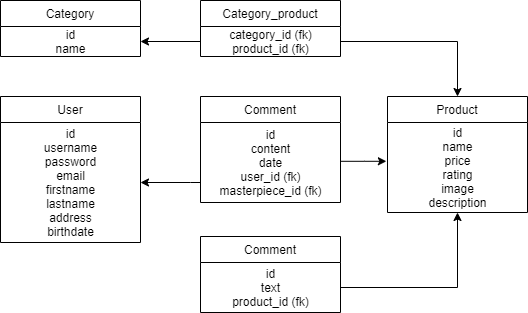
Earlier version of the draw.io export DB/MLD.png (Ynovbanj0/UFWeb2020). Source tidied: cells renumbered, new cells last; positions are measured from the earlier drawing's top-left corner, leaving out a move shared by most shapes.
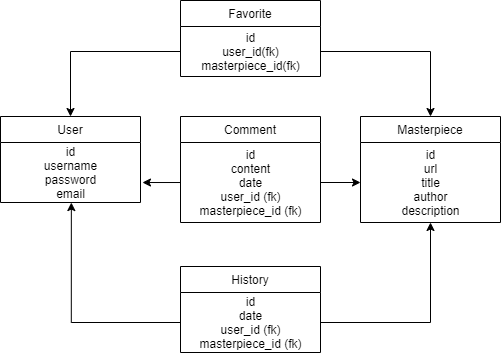
The same diagram one commit later.

Commit message:
changement mld

What changed in the source:
```diff
@@ -1,66 +1,54 @@
 <mxGraphModel>
   <root>
-    <mxCell id="0" />
-    <mxCell id="1" parent="0" />
-    <mxCell id="2" style="edgeStyle=orthogonalEdgeStyle;rounded=0;jettySize=auto;html=1;entryX=-0.008;entryY=0.431;entryDx=0;entryDy=0;entryPerimeter=0;" parent="1" edge="1" source="8" target="10">
-      <mxGeometry relative="1" as="geometry">
-        <Array as="points">
-          <mxPoint x="364" y="161" />
-        </Array>
-      </mxGeometry>
-    </mxCell>
-    <mxCell id="3" style="edgeStyle=orthogonalEdgeStyle;rounded=0;jettySize=auto;html=1;entryX=0.5;entryY=1;entryDx=0;entryDy=0;entryPerimeter=0;" parent="1" edge="1" source="12" target="10">
-      <mxGeometry relative="1" as="geometry" />
-    </mxCell>
-    <mxCell id="4" style="edgeStyle=orthogonalEdgeStyle;rounded=0;jettySize=auto;html=1;" parent="1" edge="1" source="18" target="16">
-      <mxGeometry relative="1" as="geometry" />
-    </mxCell>
-    <mxCell id="5" style="edgeStyle=orthogonalEdgeStyle;rounded=0;jettySize=auto;html=1;entryX=0.5;entryY=0;entryDx=0;entryDy=0;" parent="1" edge="1" source="18" target="9">
-      <mxGeometry relative="1" as="geometry" />
-    </mxCell>
-    <mxCell id="6" style="edgeStyle=orthogonalEdgeStyle;rounded=0;jettySize=auto;html=1;" parent="1" edge="1" source="8" target="14">
-      <mxGeometry relative="1" as="geometry">
-        <Array as="points">
-          <mxPoint x="190" y="182" />
-          <mxPoint x="190" y="182" />
-        </Array>
-      </mxGeometry>
-    </mxCell>
-    <mxCell id="7" value="Comment" style="swimlane;fontStyle=0;horizontal=1;startSize=26;fillColor=none;" parent="1" vertex="1">
-      <mxGeometry x="200" y="96" width="140" height="106" as="geometry" />
-    </mxCell>
+    <mxCell id="19" />
+    <mxCell id="20" parent="19" />
+    <mxCell id="21" style="edgeStyle=orthogonalEdgeStyle;rounded=0;jettySize=auto;html=1;entryX=0.5;entryY=0;entryDx=0;entryDy=0;" parent="20" edge="1" source="26" target="13">
+      <mxGeometry relative="1" as="geometry" />
+    </mxCell>
+    <mxCell id="22" style="edgeStyle=orthogonalEdgeStyle;rounded=0;jettySize=auto;html=1;entryX=0.5;entryY=0;entryDx=0;entryDy=0;" parent="20" edge="1" source="26" target="33">
+      <mxGeometry relative="1" as="geometry" />
+    </mxCell>
+    <mxCell id="23" value="Comment" style="swimlane;fontStyle=0;horizontal=1;startSize=26;fillColor=none;" parent="20" vertex="1">
+      <mxGeometry x="180" y="96" width="140" height="106" as="geometry" />
+    </mxCell>
-    <mxCell id="8" value="id&lt;br&gt;content&lt;br&gt;date&lt;br&gt;user_id (fk)&lt;br&gt;masterpiece_id (fk)" style="text;html=1;align=center;verticalAlign=middle;points=[];" parent="7" vertex="1">
+    <mxCell id="8" value="id&lt;br&gt;content&lt;br&gt;date&lt;br&gt;user_id (fk)&lt;br&gt;masterpiece_id (fk)" style="text;html=1;align=center;verticalAlign=middle;points=[];" parent="23" vertex="1">
       <mxGeometry y="26" width="140" height="80" as="geometry" />
     </mxCell>
-    <mxCell id="9" value="Product" style="swimlane;fontStyle=0;horizontal=1;startSize=26;fillColor=none;" parent="1" vertex="1">
-      <mxGeometry x="387" y="96" width="140" height="116" as="geometry" />
-    </mxCell>
-    <mxCell id="10" value="id&lt;br&gt;name&lt;br&gt;price&lt;br&gt;rating&lt;br&gt;image&lt;br&gt;description" style="text;html=1;align=center;verticalAlign=middle;points=[];" parent="9" vertex="1">
-      <mxGeometry y="26" width="140" height="90" as="geometry" />
-    </mxCell>
-    <mxCell id="11" value="Comment" style="swimlane;fontStyle=0;horizontal=1;startSize=26;fillColor=none;" parent="1" vertex="1">
-      <mxGeometry x="200" y="236" width="140" height="76" as="geometry" />
-    </mxCell>
-    <mxCell id="12" value="id&lt;br&gt;text&lt;br&gt;product_id (fk)" style="text;html=1;align=center;verticalAlign=middle;points=[];" parent="11" vertex="1">
-      <mxGeometry y="26" width="140" height="50" as="geometry" />
-    </mxCell>
+    <mxCell id="24" style="edgeStyle=orthogonalEdgeStyle;rounded=0;jettySize=auto;html=1;entryX=1.014;entryY=0.667;entryDx=0;entryDy=0;entryPerimeter=0;" parent="20" edge="1" source="8" target="32">
+      <mxGeometry relative="1" as="geometry" />
+    </mxCell>
+    <mxCell id="25" value="Favorite" style="swimlane;fontStyle=0;horizontal=1;startSize=26;fillColor=none;" parent="20" vertex="1">
+      <mxGeometry x="180" y="-20" width="140" height="76" as="geometry" />
+    </mxCell>
+    <mxCell id="26" value="id&lt;br&gt;user_id(fk)&lt;br&gt;masterpiece_id(fk)" style="text;html=1;align=center;verticalAlign=middle;points=[];" parent="25" vertex="1">
+      <mxGeometry y="26" width="140" height="50" as="geometry" />
+    </mxCell>
+    <mxCell id="27" value="History" style="swimlane;fontStyle=0;horizontal=1;startSize=26;fillColor=none;" parent="20" vertex="1">
+      <mxGeometry x="180" y="246" width="140" height="86" as="geometry" />
+    </mxCell>
+    <mxCell id="28" value="id&lt;br&gt;date&lt;br&gt;user_id (fk)&lt;br&gt;masterpiece_id (fk)" style="text;html=1;align=center;verticalAlign=middle;points=[];" parent="27" vertex="1">
+      <mxGeometry y="26" width="140" height="60" as="geometry" />
+    </mxCell>
+    <mxCell id="29" style="edgeStyle=orthogonalEdgeStyle;rounded=0;jettySize=auto;html=1;entryX=0;entryY=0.5;entryDx=0;entryDy=0;entryPerimeter=0;" parent="20" edge="1" source="8" target="34">
+      <mxGeometry relative="1" as="geometry" />
+    </mxCell>
+    <mxCell id="30" style="edgeStyle=orthogonalEdgeStyle;rounded=0;jettySize=auto;html=1;entryX=0.506;entryY=1.001;entryDx=0;entryDy=0;entryPerimeter=0;" parent="20" edge="1" source="28" target="32">
+      <mxGeometry relative="1" as="geometry" />
+    </mxCell>
+    <mxCell id="31" style="edgeStyle=orthogonalEdgeStyle;rounded=0;jettySize=auto;html=1;entryX=0.5;entryY=1;entryDx=0;entryDy=0;entryPerimeter=0;" parent="20" edge="1" source="28" target="34">
+      <mxGeometry relative="1" as="geometry" />
+    </mxCell>
-    <mxCell id="13" value="User" style="swimlane;fontStyle=0;horizontal=1;startSize=26;fillColor=none;" parent="1" vertex="1">
-      <mxGeometry y="96" width="140" height="146" as="geometry" />
+    <mxCell id="13" value="User" style="swimlane;fontStyle=0;horizontal=1;startSize=26;fillColor=none;" parent="20" vertex="1">
+      <mxGeometry y="96" width="140" height="86" as="geometry" />
     </mxCell>
-    <mxCell id="14" value="id&lt;br&gt;username&lt;br&gt;password&lt;br&gt;email&lt;br&gt;firstname&lt;br&gt;lastname&lt;br&gt;address&lt;br&gt;birthdate" style="text;html=1;align=center;verticalAlign=middle;points=[];" parent="13" vertex="1">
-      <mxGeometry y="26" width="140" height="120" as="geometry" />
-    </mxCell>
-    <mxCell id="15" value="Category" style="swimlane;fontStyle=0;horizontal=1;startSize=26;fillColor=none;" parent="1" vertex="1">
-      <mxGeometry width="140" height="56" as="geometry" />
-    </mxCell>
-    <mxCell id="16" value="id&lt;br&gt;name" style="text;html=1;align=center;verticalAlign=middle;points=[];" parent="15" vertex="1">
-      <mxGeometry y="26" width="140" height="30" as="geometry" />
-    </mxCell>
-    <mxCell id="17" value="Category_product" style="swimlane;fontStyle=0;horizontal=1;startSize=26;fillColor=none;" parent="1" vertex="1">
-      <mxGeometry x="200" width="140" height="56" as="geometry" />
-    </mxCell>
-    <mxCell id="18" value="category_id (fk)&lt;br&gt;product_id (fk)" style="text;html=1;align=center;verticalAlign=middle;points=[];" parent="17" vertex="1">
-      <mxGeometry y="26" width="140" height="30" as="geometry" />
-    </mxCell>
+    <mxCell id="32" value="id&lt;br&gt;username&lt;br&gt;password&lt;br&gt;email" style="text;html=1;align=center;verticalAlign=middle;points=[];" parent="13" vertex="1">
+      <mxGeometry y="26" width="140" height="60" as="geometry" />
+    </mxCell>
+    <mxCell id="33" value="Masterpiece" style="swimlane;fontStyle=0;horizontal=1;startSize=26;fillColor=none;" parent="20" vertex="1">
+      <mxGeometry x="360" y="96" width="140" height="106" as="geometry" />
+    </mxCell>
+    <mxCell id="34" value="id&lt;br&gt;url&lt;br&gt;title&lt;br&gt;author&lt;br&gt;description" style="text;html=1;align=center;verticalAlign=middle;points=[];" parent="33" vertex="1">
+      <mxGeometry y="26" width="140" height="80" as="geometry" />
+    </mxCell>
   </root>
 </mxGraphModel>
```
